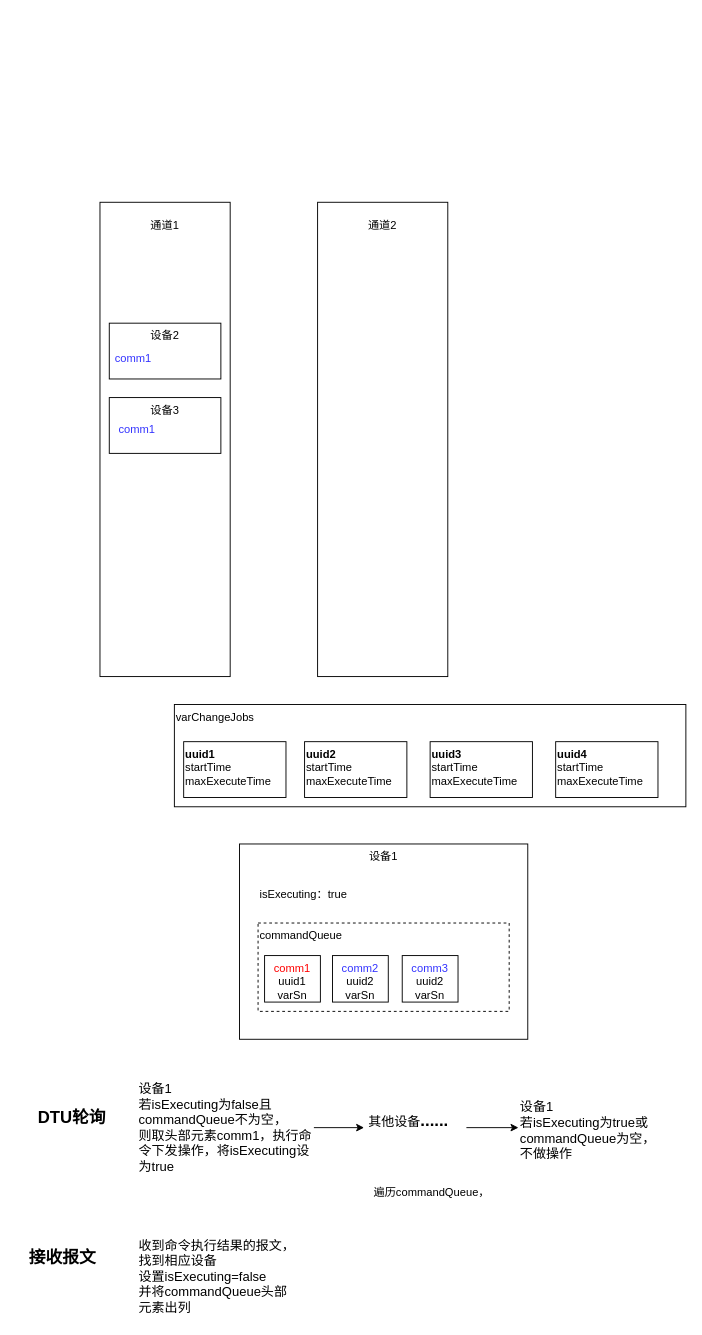
The draw.io diagram 设备控制.drawio in foreverfirst/draw, before the edit. Source tidied: cells renumbered, new cells numbered last; positions are measured from the earlier drawing's top-left corner, leaving out a move shared by most shapes. Both pictures are drawn from the tidied source at 93%, with x=0, y=0 at pixel (16, 202).
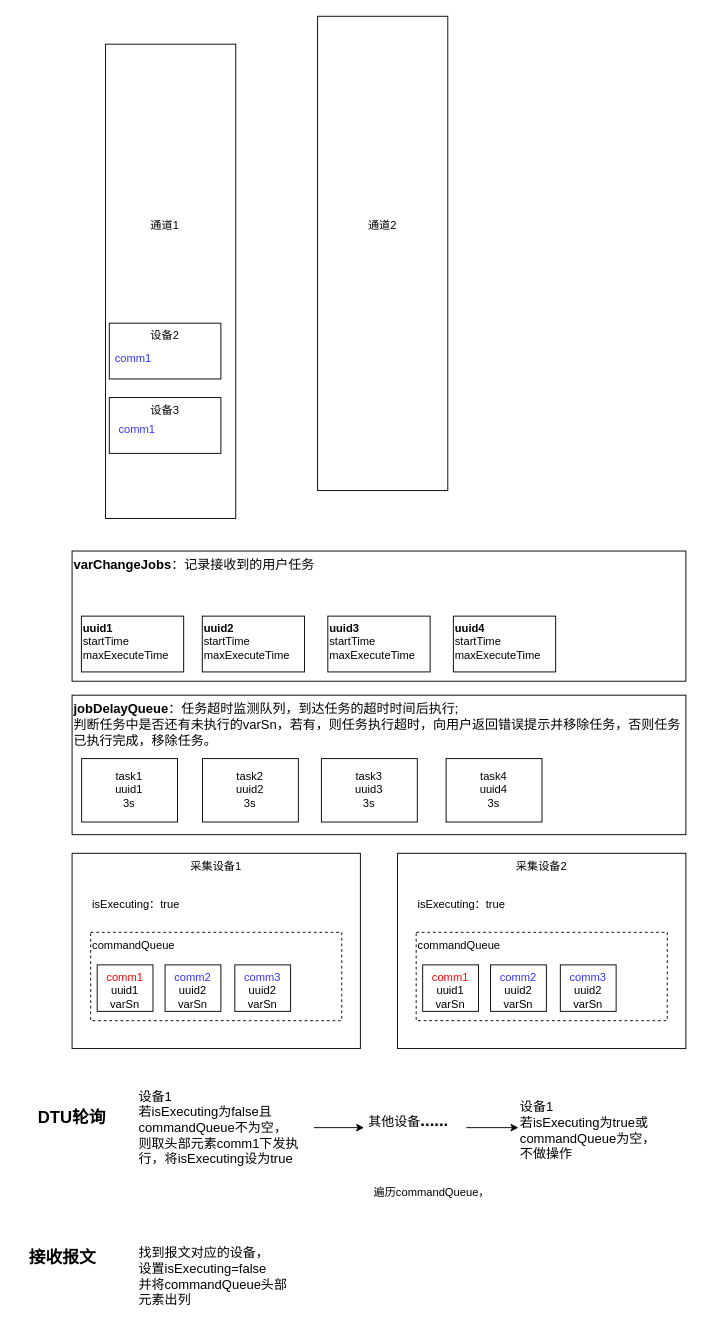
Above is the later version.

Commit message:
更新设备控制.drawio

Change to the diagram source:
```diff
@@
     <mxCell id="2" style="rounded=0;whiteSpace=wrap;html=1;" parent="1" vertex="1">
-      <mxGeometry x="90" width="140" height="510" as="geometry" />
+      <mxGeometry x="96" y="-170" width="140" height="510" as="geometry" />
     </mxCell>
     <mxCell id="3" style="rounded=0;whiteSpace=wrap;html=1;" parent="1" vertex="1">
-      <mxGeometry x="324" width="140" height="510" as="geometry" />
+      <mxGeometry x="324" y="-200" width="140" height="510" as="geometry" />
     </mxCell>
@@
-    <mxCell id="6" value="设备1" style="rounded=0;whiteSpace=wrap;html=1;verticalAlign=top;" parent="1" vertex="1">
-      <mxGeometry x="240" y="690" width="310" height="210" as="geometry" />
-    </mxCell>
@@
-    <mxCell id="11" value="isExecuting：true" style="text;html=1;strokeColor=none;fillColor=none;align=center;verticalAlign=middle;whiteSpace=wrap;rounded=0;" parent="1" vertex="1">
-      <mxGeometry x="254" y="730" width="110" height="30" as="geometry" />
-    </mxCell>
@@
-    <mxCell id="17" value="commandQueue" style="rounded=0;whiteSpace=wrap;html=1;align=left;verticalAlign=top;dashed=1;" parent="1" vertex="1">
-      <mxGeometry x="260" y="775" width="270" height="95" as="geometry" />
-    </mxCell>
-    <mxCell id="18" value="收到命令执行结果的报文，找到相应设备&lt;br style=&quot;font-size: 14px;&quot;&gt;设置isExecuting=false&lt;br&gt;并将commandQueue头部元素出列" style="text;html=1;strokeColor=none;fillColor=none;align=left;verticalAlign=middle;whiteSpace=wrap;rounded=0;fontSize=14;" parent="1" vertex="1">
+    <mxCell id="18" value="找到报文对应的设备，&lt;br style=&quot;font-size: 14px;&quot;&gt;设置isExecuting=false&lt;br&gt;并将commandQueue头部元素出列" style="text;html=1;strokeColor=none;fillColor=none;align=left;verticalAlign=middle;whiteSpace=wrap;rounded=0;fontSize=14;" parent="1" vertex="1">
       <mxGeometry x="130" y="1110" width="170" height="90" as="geometry" />
     </mxCell>
-    <mxCell id="19" value="&lt;font color=&quot;#3333ff&quot;&gt;comm2&lt;br&gt;&lt;/font&gt;uuid2&lt;br&gt;varSn&lt;font color=&quot;#3333ff&quot;&gt;&lt;br&gt;&lt;/font&gt;" style="text;html=1;strokeColor=default;fillColor=none;align=center;verticalAlign=top;whiteSpace=wrap;rounded=0;" parent="1" vertex="1">
-      <mxGeometry x="340" y="810" width="60" height="50" as="geometry" />
-    </mxCell>
-    <mxCell id="20" value="&lt;font&gt;comm1&lt;br&gt;&lt;font color=&quot;#000000&quot;&gt;uuid1&lt;br&gt;varSn&lt;/font&gt;&lt;br&gt;&lt;/font&gt;" style="text;html=1;strokeColor=default;fillColor=none;align=center;verticalAlign=top;whiteSpace=wrap;rounded=0;fontColor=#FF0000;" parent="1" vertex="1">
-      <mxGeometry x="267" y="810" width="60" height="50" as="geometry" />
-    </mxCell>
-    <mxCell id="21" value="&lt;font color=&quot;#3333ff&quot;&gt;comm3&lt;br&gt;&lt;/font&gt;uuid2&lt;br&gt;varSn&lt;font color=&quot;#3333ff&quot;&gt;&lt;br&gt;&lt;/font&gt;" style="text;html=1;strokeColor=default;fillColor=none;align=center;verticalAlign=top;whiteSpace=wrap;rounded=0;" parent="1" vertex="1">
-      <mxGeometry x="415" y="810" width="60" height="50" as="geometry" />
-    </mxCell>
-    <mxCell id="22" value="设备1&lt;br&gt;若isExecuting为false且commandQueue不为空，&lt;br&gt;则取头部元素comm1，执行命令下发操作，将isExecuting设为true" style="text;html=1;strokeColor=none;fillColor=none;align=left;verticalAlign=middle;whiteSpace=wrap;rounded=0;fontSize=14;" parent="1" vertex="1">
+    <mxCell id="22" value="设备1&lt;br&gt;若isExecuting为false且commandQueue不为空，&lt;br&gt;则取头部元素comm1下发执行，将isExecuting设为true" style="text;html=1;strokeColor=none;fillColor=none;align=left;verticalAlign=middle;whiteSpace=wrap;rounded=0;fontSize=14;" parent="1" vertex="1">
       <mxGeometry x="130" y="945" width="190" height="100" as="geometry" />
     </mxCell>
@@
     <mxCell id="24" style="group;" parent="1" vertex="1">
-      <mxGeometry x="170" y="540" width="550" height="110" as="geometry" />
+      <mxGeometry x="60" y="405" width="660" height="110" as="geometry" />
     </mxCell>
-    <mxCell id="25" value="varChangeJobs" style="rounded=0;whiteSpace=wrap;html=1;verticalAlign=top;align=left;" parent="24" vertex="1">
-      <mxGeometry width="550" height="110" as="geometry" />
+    <mxCell id="25" value="&lt;font style=&quot;font-size: 14px;&quot;&gt;&lt;b&gt;varChangeJobs&lt;/b&gt;：记录接收到的用户任务&lt;br&gt;&lt;br&gt;&lt;br&gt;&lt;/font&gt;" style="rounded=0;whiteSpace=wrap;html=1;verticalAlign=top;align=left;" parent="24" vertex="1">
+      <mxGeometry y="-30" width="660" height="140" as="geometry" />
     </mxCell>
@@
+    <mxCell id="31" style="group;" parent="1" vertex="1">
+      <mxGeometry x="60" y="700" width="310" height="210" as="geometry" />
+    </mxCell>
+    <mxCell id="6" value="采集设备1" style="rounded=0;whiteSpace=wrap;html=1;verticalAlign=top;" parent="31" vertex="1">
+      <mxGeometry width="310" height="210" as="geometry" />
+    </mxCell>
+    <mxCell id="11" value="isExecuting：true" style="text;html=1;strokeColor=none;fillColor=none;align=center;verticalAlign=middle;whiteSpace=wrap;rounded=0;" parent="31" vertex="1">
+      <mxGeometry x="14" y="40" width="110" height="30" as="geometry" />
+    </mxCell>
+    <mxCell id="32" style="group;" parent="31" vertex="1">
+      <mxGeometry x="20" y="85" width="270" height="95" as="geometry" />
+    </mxCell>
+    <mxCell id="17" value="commandQueue" style="rounded=0;whiteSpace=wrap;html=1;align=left;verticalAlign=top;dashed=1;" parent="32" vertex="1">
+      <mxGeometry width="270" height="95" as="geometry" />
+    </mxCell>
+    <mxCell id="19" value="&lt;font color=&quot;#3333ff&quot;&gt;comm2&lt;br&gt;&lt;/font&gt;uuid2&lt;br&gt;varSn&lt;font color=&quot;#3333ff&quot;&gt;&lt;br&gt;&lt;/font&gt;" style="text;html=1;strokeColor=default;fillColor=none;align=center;verticalAlign=top;whiteSpace=wrap;rounded=0;" parent="32" vertex="1">
+      <mxGeometry x="80" y="35" width="60" height="50" as="geometry" />
+    </mxCell>
+    <mxCell id="20" value="&lt;font&gt;comm1&lt;br&gt;&lt;font color=&quot;#000000&quot;&gt;uuid1&lt;br&gt;varSn&lt;/font&gt;&lt;br&gt;&lt;/font&gt;" style="text;html=1;strokeColor=default;fillColor=none;align=center;verticalAlign=top;whiteSpace=wrap;rounded=0;fontColor=#FF0000;" parent="32" vertex="1">
+      <mxGeometry x="7" y="35" width="60" height="50" as="geometry" />
+    </mxCell>
+    <mxCell id="21" value="&lt;font color=&quot;#3333ff&quot;&gt;comm3&lt;br&gt;&lt;/font&gt;uuid2&lt;br&gt;varSn&lt;font color=&quot;#3333ff&quot;&gt;&lt;br&gt;&lt;/font&gt;" style="text;html=1;strokeColor=default;fillColor=none;align=center;verticalAlign=top;whiteSpace=wrap;rounded=0;" parent="32" vertex="1">
+      <mxGeometry x="155" y="35" width="60" height="50" as="geometry" />
+    </mxCell>
+    <mxCell id="33" style="group;" parent="1" vertex="1">
+      <mxGeometry x="410" y="700" width="310" height="210" as="geometry" />
+    </mxCell>
+    <mxCell id="34" value="采集设备2" style="rounded=0;whiteSpace=wrap;html=1;verticalAlign=top;" parent="33" vertex="1">
+      <mxGeometry width="310" height="210" as="geometry" />
+    </mxCell>
+    <mxCell id="35" value="isExecuting：true" style="text;html=1;strokeColor=none;fillColor=none;align=center;verticalAlign=middle;whiteSpace=wrap;rounded=0;" parent="33" vertex="1">
+      <mxGeometry x="14" y="40" width="110" height="30" as="geometry" />
+    </mxCell>
+    <mxCell id="36" style="group;" parent="33" vertex="1">
+      <mxGeometry x="20" y="85" width="270" height="95" as="geometry" />
+    </mxCell>
+    <mxCell id="37" value="commandQueue" style="rounded=0;whiteSpace=wrap;html=1;align=left;verticalAlign=top;dashed=1;" parent="36" vertex="1">
+      <mxGeometry width="270" height="95" as="geometry" />
+    </mxCell>
+    <mxCell id="38" value="&lt;font color=&quot;#3333ff&quot;&gt;comm2&lt;br&gt;&lt;/font&gt;uuid2&lt;br&gt;varSn&lt;font color=&quot;#3333ff&quot;&gt;&lt;br&gt;&lt;/font&gt;" style="text;html=1;strokeColor=default;fillColor=none;align=center;verticalAlign=top;whiteSpace=wrap;rounded=0;" parent="36" vertex="1">
+      <mxGeometry x="80" y="35" width="60" height="50" as="geometry" />
+    </mxCell>
+    <mxCell id="39" value="&lt;font&gt;comm1&lt;br&gt;&lt;font color=&quot;#000000&quot;&gt;uuid1&lt;br&gt;varSn&lt;/font&gt;&lt;br&gt;&lt;/font&gt;" style="text;html=1;strokeColor=default;fillColor=none;align=center;verticalAlign=top;whiteSpace=wrap;rounded=0;fontColor=#FF0000;" parent="36" vertex="1">
+      <mxGeometry x="7" y="35" width="60" height="50" as="geometry" />
+    </mxCell>
+    <mxCell id="40" value="&lt;font color=&quot;#3333ff&quot;&gt;comm3&lt;br&gt;&lt;/font&gt;uuid2&lt;br&gt;varSn&lt;font color=&quot;#3333ff&quot;&gt;&lt;br&gt;&lt;/font&gt;" style="text;html=1;strokeColor=default;fillColor=none;align=center;verticalAlign=top;whiteSpace=wrap;rounded=0;" parent="36" vertex="1">
+      <mxGeometry x="155" y="35" width="60" height="50" as="geometry" />
+    </mxCell>
+    <mxCell id="41" style="group;" parent="1" vertex="1">
+      <mxGeometry x="60" y="530" width="660" height="150" as="geometry" />
+    </mxCell>
+    <mxCell id="42" value="&lt;font style=&quot;font-size: 14px;&quot;&gt;&lt;b&gt;jobDelayQueue&lt;/b&gt;：任务超时监测队列，到达任务的超时时间后执行;&lt;br&gt;判断任务中是否还有未执行的varSn，若有，则任务执行超时，向用户返回错误提示并移除任务，否则任务已执行完成，移除任务。&lt;/font&gt;" style="rounded=0;whiteSpace=wrap;html=1;align=left;verticalAlign=top;" parent="41" vertex="1">
+      <mxGeometry width="660" height="150" as="geometry" />
+    </mxCell>
+    <mxCell id="43" value="task1&lt;br&gt;uuid1&lt;br&gt;3s" style="rounded=0;whiteSpace=wrap;html=1;" parent="41" vertex="1">
+      <mxGeometry x="10.3" y="68.2" width="103.1" height="68.2" as="geometry" />
+    </mxCell>
+    <mxCell id="44" value="task4&lt;br&gt;uuid4&lt;br&gt;3s" style="rounded=0;whiteSpace=wrap;html=1;" parent="41" vertex="1">
+      <mxGeometry x="402.2" y="68.2" width="103.1" height="68.2" as="geometry" />
+    </mxCell>
+    <mxCell id="45" value="task2&lt;br&gt;uuid2&lt;br style=&quot;border-color: var(--border-color);&quot;&gt;3s" style="rounded=0;whiteSpace=wrap;html=1;" parent="41" vertex="1">
+      <mxGeometry x="140.2" y="68.2" width="103.1" height="68.2" as="geometry" />
+    </mxCell>
+    <mxCell id="46" value="task3&lt;br&gt;uuid3&lt;br style=&quot;border-color: var(--border-color);&quot;&gt;3s" style="rounded=0;whiteSpace=wrap;html=1;" parent="41" vertex="1">
+      <mxGeometry x="268.1" y="68.2" width="103.1" height="68.2" as="geometry" />
+    </mxCell>
```
